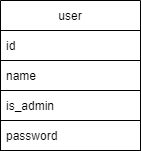
Before: databaseArchitecture/user.drawio.png, a diagram exported from draw.io (Ekedani/nodejs-basics-project). Source tidied: cells renumbered, new cells last; positions are measured from the earlier drawing's top-left corner, leaving out a move shared by most shapes.
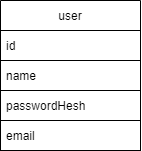
After the change.

Commit message:
Updated database architecture

Change to the diagram source:
```diff
@@ -2,20 +2,20 @@
   <root>
     <mxCell id="0" />
     <mxCell id="1" parent="0" />
-    <mxCell id="2" value="user" style="swimlane;fontStyle=0;horizontal=1;startSize=30;strokeColor=default;" parent="1" vertex="1">
+    <mxCell id="2" value="user" style="swimlane;fontStyle=0;horizontal=1;startSize=30;strokeColor=default;fillColor=default;" parent="1" vertex="1">
       <mxGeometry width="140" height="150" as="geometry" />
     </mxCell>
-    <mxCell id="3" value="id" style="text;strokeColor=default;fillColor=none;align=left;verticalAlign=middle;spacingLeft=4;spacingRight=4;overflow=hidden;" parent="2" vertex="1">
+    <mxCell id="3" value="id" style="text;strokeColor=default;fillColor=default;align=left;verticalAlign=middle;spacingLeft=4;spacingRight=4;overflow=hidden;" parent="2" vertex="1">
       <mxGeometry y="30" width="140" height="30" as="geometry" />
     </mxCell>
-    <mxCell id="4" value="name" style="text;strokeColor=default;fillColor=none;align=left;verticalAlign=middle;spacingLeft=4;spacingRight=4;overflow=hidden;" parent="2" vertex="1">
+    <mxCell id="4" value="name" style="text;strokeColor=default;fillColor=default;align=left;verticalAlign=middle;spacingLeft=4;spacingRight=4;overflow=hidden;" parent="2" vertex="1">
       <mxGeometry y="60" width="140" height="30" as="geometry" />
     </mxCell>
-    <mxCell id="5" value="is_admin" style="text;strokeColor=default;fillColor=none;align=left;verticalAlign=middle;spacingLeft=4;spacingRight=4;overflow=hidden;" parent="2" vertex="1">
-      <mxGeometry y="90" width="140" height="30" as="geometry" />
-    </mxCell>
-    <mxCell id="6" value="password" style="text;strokeColor=default;fillColor=none;align=left;verticalAlign=middle;spacingLeft=4;spacingRight=4;overflow=hidden;" parent="2" vertex="1">
-      <mxGeometry y="120" width="140" height="30" as="geometry" />
+    <mxCell id="6" value="passwordHesh" style="text;strokeColor=default;fillColor=default;align=left;verticalAlign=middle;spacingLeft=4;spacingRight=4;overflow=hidden;" parent="2" vertex="1">
+      <mxGeometry y="90" width="140" height="30" as="geometry" />
     </mxCell>
+    <mxCell id="7" value="email" style="text;strokeColor=default;fillColor=default;align=left;verticalAlign=middle;spacingLeft=4;spacingRight=4;overflow=hidden;" parent="2" vertex="1">
+      <mxGeometry y="120" width="140" height="30" as="geometry" />
+    </mxCell>
   </root>
 </mxGraphModel>
```
